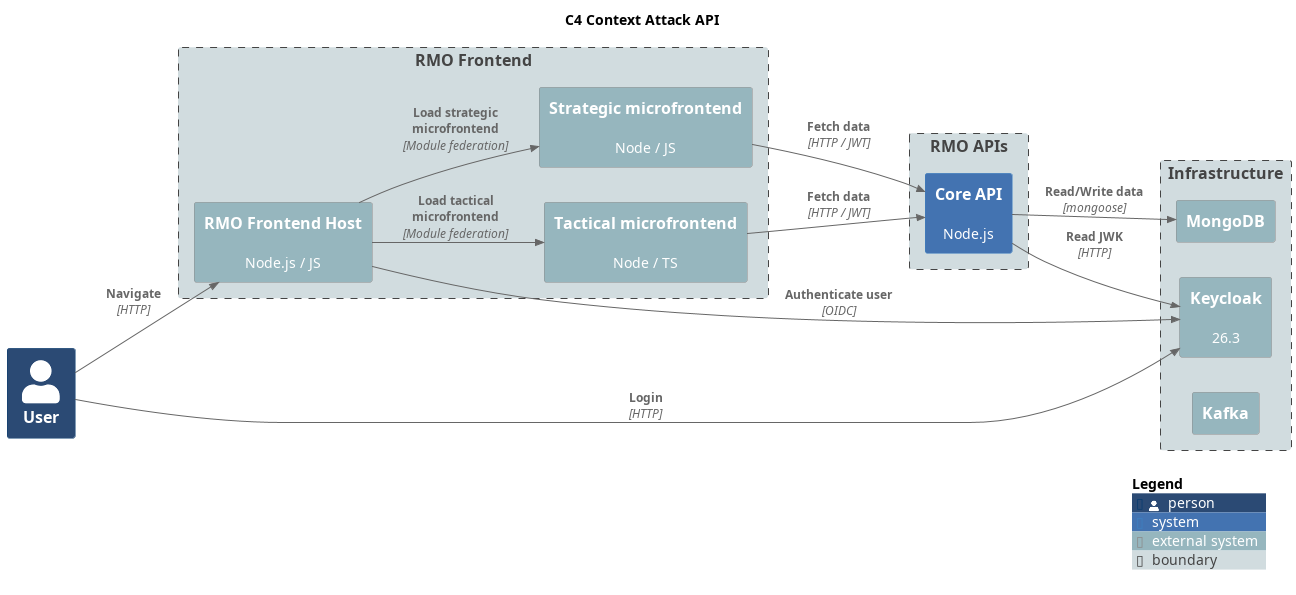
Before: diagrams/c4-context.png, a diagram exported from PlantUML (labcabrera/rmu-api-core).
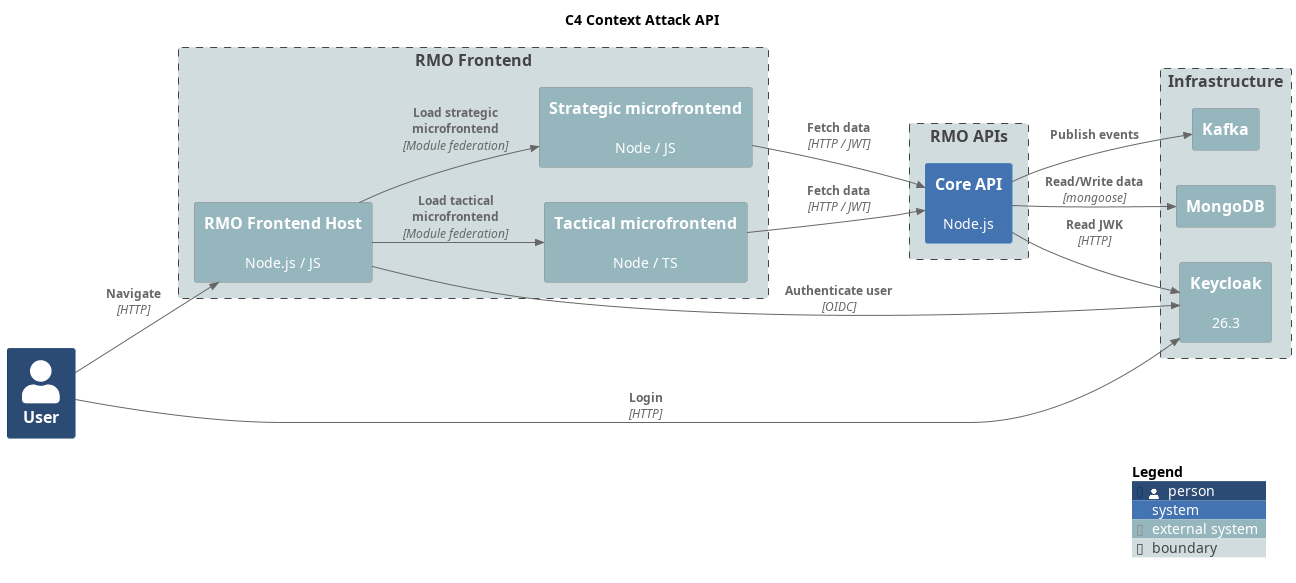
After the change.

What changed in the source:
```diff
@@ -43,6 +43,8 @@
 
 Rel(rmu_api_core, keycloak, "Read JWK", "HTTP")
 
+Rel(rmu_api_core, kafka, "Publish events", "")
+
 SHOW_LEGEND()
 
 @enduml
```
